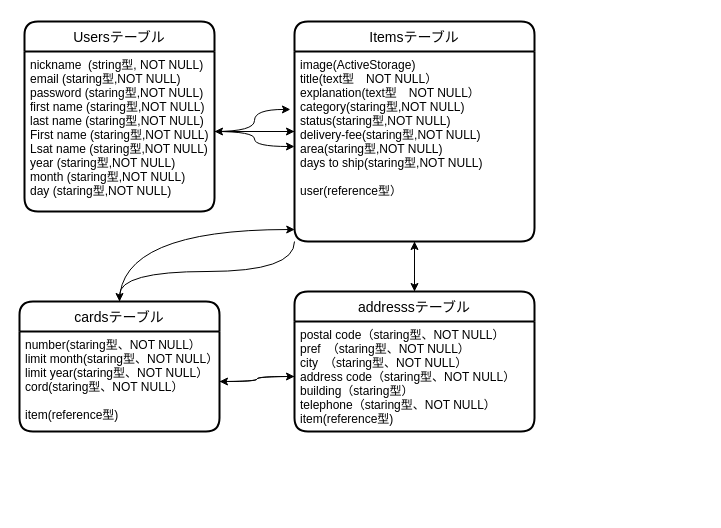
Before: ER.dio in akihiro0119/furima-32010, a draw.io diagram. Source tidied: cells renumbered, new cells numbered last; positions are measured from the earlier drawing's top-left corner, leaving out a move shared by most shapes. Both pictures are drawn from the tidied source at 100%, with x=0, y=0 at pixel (19, 21).
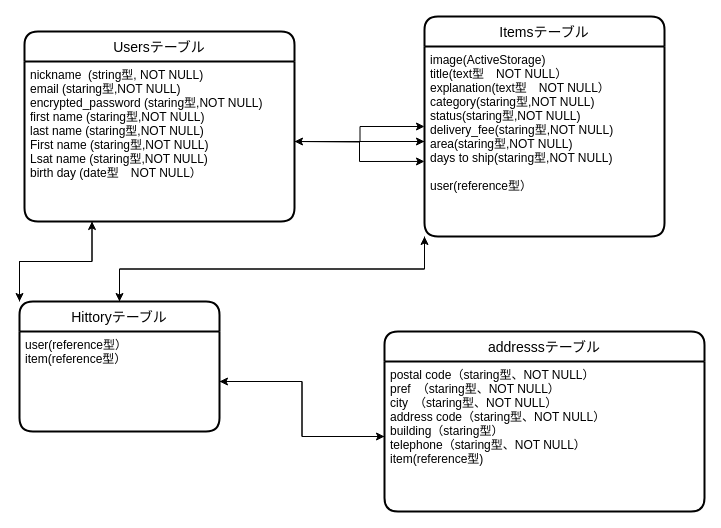
After the change.

Commit message (it also covers changes not shown here):
データベース設計

Diff of the diagram source:
```diff
@@
     <mxCell id="2" value="Usersテーブル" style="swimlane;horizontal=1;startSize=30;fontSize=14;fontStyle=0;strokeWidth=2;shadow=0;dashed=0;align=center;rounded=1;" parent="1" vertex="1">
-      <mxGeometry x="5" width="190" height="190" as="geometry" />
+      <mxGeometry x="5" y="10" width="270" height="190" as="geometry" />
     </mxCell>
-    <mxCell id="3" value="nickname  (string型, NOT NULL)&#10;email (staring型,NOT NULL)&#10;password (staring型,NOT NULL)&#10;first name (staring型,NOT NULL)&#10;last name (staring型,NOT NULL)&#10;First name (staring型,NOT NULL)&#10;Lsat name (staring型,NOT NULL)&#10;year (staring型,NOT NULL)&#10;month (staring型,NOT NULL)&#10;day (staring型,NOT NULL)" style="align=left;strokeColor=none;fillColor=none;spacingLeft=4;fontSize=12;verticalAlign=top;rounded=1;" parent="2" vertex="1">
-      <mxGeometry y="30" width="190" height="160" as="geometry" />
+    <mxCell id="3" value="nickname  (string型, NOT NULL)&#10;email (staring型,NOT NULL)&#10;encrypted_password (staring型,NOT NULL)&#10;first name (staring型,NOT NULL)&#10;last name (staring型,NOT NULL)&#10;First name (staring型,NOT NULL)&#10;Lsat name (staring型,NOT NULL)&#10;birth day (date型　NOT NULL）" style="align=left;strokeColor=none;fillColor=none;spacingLeft=4;fontSize=12;verticalAlign=top;rounded=1;" parent="2" vertex="1">
+      <mxGeometry y="30" width="270" height="160" as="geometry" />
     </mxCell>
-    <mxCell id="4" style="edgeStyle=orthogonalEdgeStyle;curved=1;jettySize=auto;html=1;exitX=0;exitY=0.5;exitDx=0;exitDy=0;" parent="1" edge="1" source="6">
-      <mxGeometry relative="1" as="geometry">
-        <mxPoint x="195" y="110" as="targetPoint" />
-      </mxGeometry>
-    </mxCell>
+    <mxCell id="20" style="edgeStyle=orthogonalEdgeStyle;rounded=0;jettySize=auto;html=1;exitX=0.5;exitY=0;exitDx=0;exitDy=0;entryX=0;entryY=1;entryDx=0;entryDy=0;" parent="1" edge="1" source="12" target="6">
+      <mxGeometry relative="1" as="geometry" />
+    </mxCell>
+    <mxCell id="21" style="edgeStyle=orthogonalEdgeStyle;rounded=0;jettySize=auto;html=1;exitX=0;exitY=0;exitDx=0;exitDy=0;entryX=0.25;entryY=1;entryDx=0;entryDy=0;" parent="1" edge="1" source="12" target="3">
+      <mxGeometry relative="1" as="geometry" />
+    </mxCell>
+    <mxCell id="12" value="Hittoryテーブル" style="swimlane;horizontal=1;startSize=30;fontSize=14;fontStyle=0;strokeWidth=2;shadow=0;dashed=0;align=center;rounded=1;" parent="1" vertex="1">
+      <mxGeometry y="280" width="200" height="130" as="geometry" />
+    </mxCell>
+    <mxCell id="13" value="user(reference型）&#10;item(reference型）" style="align=left;strokeColor=none;fillColor=none;spacingLeft=4;fontSize=12;verticalAlign=top;rounded=1;" parent="12" vertex="1">
+      <mxGeometry y="30" width="200" height="100" as="geometry" />
+    </mxCell>
+    <mxCell id="22" style="edgeStyle=orthogonalEdgeStyle;rounded=0;jettySize=auto;html=1;exitX=1;exitY=0.5;exitDx=0;exitDy=0;entryX=0;entryY=0.5;entryDx=0;entryDy=0;" parent="1" edge="1" source="3" target="7">
+      <mxGeometry relative="1" as="geometry" />
+    </mxCell>
-    <mxCell id="5" style="edgeStyle=orthogonalEdgeStyle;curved=1;jettySize=auto;html=1;exitX=0;exitY=1;exitDx=0;exitDy=0;" parent="1" edge="1" source="6" target="12">
+    <mxCell id="5" style="edgeStyle=orthogonalEdgeStyle;rounded=0;jettySize=auto;html=1;exitX=0;exitY=1;exitDx=0;exitDy=0;entryX=0.5;entryY=0;entryDx=0;entryDy=0;" parent="1" edge="1" source="6" target="12">
       <mxGeometry relative="1" as="geometry" />
     </mxCell>
     <mxCell id="6" value="Itemsテーブル" style="swimlane;horizontal=1;startSize=30;fontSize=14;fontStyle=0;strokeWidth=2;shadow=0;dashed=0;align=center;rounded=1;" parent="1" vertex="1">
-      <mxGeometry x="275" width="240" height="220" as="geometry" />
+      <mxGeometry x="405" y="-5" width="240" height="220" as="geometry" />
     </mxCell>
-    <mxCell id="7" value="image(ActiveStorage)&#10;title(text型　NOT NULL）&#10;explanation(text型　NOT NULL）&#10;category(staring型,NOT NULL)&#10;status(staring型,NOT NULL)&#10;delivery-fee(staring型,NOT NULL)&#10;area(staring型,NOT NULL)&#10;days to ship(staring型,NOT NULL)&#10;&#10;user(reference型）" style="align=left;strokeColor=none;fillColor=none;spacingLeft=4;fontSize=12;verticalAlign=top;rounded=1;" parent="6" vertex="1">
+    <mxCell id="7" value="image(ActiveStorage)&#10;title(text型　NOT NULL）&#10;explanation(text型　NOT NULL）&#10;category(staring型,NOT NULL)&#10;status(staring型,NOT NULL)&#10;delivery_fee(staring型,NOT NULL)&#10;area(staring型,NOT NULL)&#10;days to ship(staring型,NOT NULL)&#10;&#10;user(reference型）" style="align=left;strokeColor=none;fillColor=none;spacingLeft=4;fontSize=12;verticalAlign=top;rounded=1;" parent="6" vertex="1">
       <mxGeometry y="30" width="240" height="190" as="geometry" />
     </mxCell>
-    <mxCell id="8" style="edgeStyle=orthogonalEdgeStyle;jettySize=auto;html=1;exitX=1;exitY=0.5;exitDx=0;exitDy=0;entryX=0;entryY=0.5;entryDx=0;entryDy=0;curved=1;" parent="1" edge="1" source="3" target="6">
-      <mxGeometry relative="1" as="geometry">
-        <Array as="points">
-          <mxPoint x="255" y="110" />
-          <mxPoint x="255" y="110" />
-        </Array>
-      </mxGeometry>
-    </mxCell>
-    <mxCell id="9" style="edgeStyle=orthogonalEdgeStyle;curved=1;jettySize=auto;html=1;exitX=1;exitY=0.5;exitDx=0;exitDy=0;entryX=0;entryY=0.5;entryDx=0;entryDy=0;" parent="1" edge="1" source="3" target="7">
-      <mxGeometry relative="1" as="geometry" />
-    </mxCell>
-    <mxCell id="10" style="edgeStyle=orthogonalEdgeStyle;curved=1;jettySize=auto;html=1;exitX=1;exitY=0.5;exitDx=0;exitDy=0;entryX=-0.017;entryY=0.305;entryDx=0;entryDy=0;entryPerimeter=0;" parent="1" edge="1" source="3" target="7">
-      <mxGeometry relative="1" as="geometry" />
-    </mxCell>
-    <mxCell id="11" style="edgeStyle=orthogonalEdgeStyle;curved=1;jettySize=auto;html=1;exitX=0.5;exitY=0;exitDx=0;exitDy=0;entryX=0.001;entryY=0.937;entryDx=0;entryDy=0;entryPerimeter=0;" parent="1" edge="1" source="12" target="7">
-      <mxGeometry relative="1" as="geometry" />
-    </mxCell>
-    <mxCell id="12" value="cardsテーブル" style="swimlane;horizontal=1;startSize=30;fontSize=14;fontStyle=0;strokeWidth=2;shadow=0;dashed=0;align=center;rounded=1;" parent="1" vertex="1">
-      <mxGeometry y="280" width="200" height="130" as="geometry" />
-    </mxCell>
-    <mxCell id="13" value="number(staring型、NOT NULL）&#10;limit month(staring型、NOT NULL）&#10;limit year(staring型、NOT NULL）&#10;cord(staring型、NOT NULL）&#10;&#10;item(reference型)&#10;" style="align=left;strokeColor=none;fillColor=none;spacingLeft=4;fontSize=12;verticalAlign=top;rounded=1;" parent="12" vertex="1">
-      <mxGeometry y="30" width="200" height="100" as="geometry" />
-    </mxCell>
-    <mxCell id="14" style="edgeStyle=orthogonalEdgeStyle;curved=1;jettySize=auto;html=1;entryX=0.5;entryY=1;entryDx=0;entryDy=0;" parent="1" edge="1" source="17" target="7">
-      <mxGeometry relative="1" as="geometry" />
-    </mxCell>
+    <mxCell id="23" style="edgeStyle=orthogonalEdgeStyle;rounded=0;jettySize=auto;html=1;entryX=0;entryY=0.5;entryDx=0;entryDy=0;" parent="1" edge="1" target="6">
+      <mxGeometry relative="1" as="geometry">
+        <mxPoint x="275" y="120" as="sourcePoint" />
+      </mxGeometry>
+    </mxCell>
+    <mxCell id="24" style="edgeStyle=orthogonalEdgeStyle;rounded=0;jettySize=auto;html=1;entryX=0;entryY=0.605;entryDx=0;entryDy=0;entryPerimeter=0;" parent="1" edge="1" source="3" target="7">
+      <mxGeometry relative="1" as="geometry" />
+    </mxCell>
+    <mxCell id="25" style="edgeStyle=orthogonalEdgeStyle;rounded=0;jettySize=auto;html=1;exitX=0;exitY=0.5;exitDx=0;exitDy=0;entryX=1;entryY=0.5;entryDx=0;entryDy=0;" parent="1" edge="1" source="7" target="3">
+      <mxGeometry relative="1" as="geometry" />
+    </mxCell>
-    <mxCell id="15" style="edgeStyle=orthogonalEdgeStyle;curved=1;jettySize=auto;html=1;entryX=0;entryY=0.5;entryDx=0;entryDy=0;" parent="1" edge="1" source="13" target="18">
+    <mxCell id="15" style="edgeStyle=orthogonalEdgeStyle;rounded=0;jettySize=auto;html=1;exitX=1;exitY=0.5;exitDx=0;exitDy=0;" parent="1" edge="1" source="13" target="18">
       <mxGeometry relative="1" as="geometry" />
     </mxCell>
-    <mxCell id="16" style="edgeStyle=orthogonalEdgeStyle;curved=1;jettySize=auto;html=1;exitX=0;exitY=0.5;exitDx=0;exitDy=0;entryX=1;entryY=0.5;entryDx=0;entryDy=0;" parent="1" edge="1" source="18" target="13">
-      <mxGeometry relative="1" as="geometry" />
-    </mxCell>
     <mxCell id="17" value="addresssテーブル" style="swimlane;horizontal=1;startSize=30;fontSize=14;fontStyle=0;strokeWidth=2;shadow=0;dashed=0;align=center;rounded=1;" parent="1" vertex="1">
-      <mxGeometry x="275" y="270" width="240" height="140" as="geometry" />
+      <mxGeometry x="365" y="310" width="320" height="180" as="geometry" />
     </mxCell>
     <mxCell id="18" value="postal code（staring型、NOT NULL）&#10;pref　（staring型、NOT NULL）&#10;city　（staring型、NOT NULL）&#10;address code（staring型、NOT NULL）&#10;building（staring型）&#10;telephone（staring型、NOT NULL）&#10;item(reference型)&#10;" style="align=left;strokeColor=none;fillColor=none;spacingLeft=4;fontSize=12;verticalAlign=top;rounded=1;" parent="17" vertex="1">
-      <mxGeometry y="30" width="240" height="110" as="geometry" />
+      <mxGeometry y="30" width="320" height="150" as="geometry" />
     </mxCell>
-    <mxCell id="19" style="edgeStyle=orthogonalEdgeStyle;curved=1;jettySize=auto;html=1;entryX=0.5;entryY=0;entryDx=0;entryDy=0;" parent="1" edge="1" source="7" target="17">
-      <mxGeometry relative="1" as="geometry" />
-    </mxCell>
+    <mxCell id="16" style="edgeStyle=orthogonalEdgeStyle;rounded=0;jettySize=auto;html=1;exitX=0;exitY=0.5;exitDx=0;exitDy=0;entryX=1;entryY=0.5;entryDx=0;entryDy=0;" parent="1" edge="1" source="18" target="13">
+      <mxGeometry relative="1" as="geometry" />
+    </mxCell>
+    <mxCell id="26" style="edgeStyle=orthogonalEdgeStyle;rounded=0;jettySize=auto;html=1;exitX=0.25;exitY=1;exitDx=0;exitDy=0;entryX=0;entryY=0;entryDx=0;entryDy=0;" parent="1" edge="1" source="3" target="12">
+      <mxGeometry relative="1" as="geometry" />
+    </mxCell>
```
